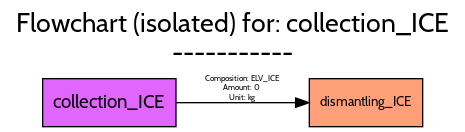
This is src/examples/ELV/figures/flowcharts/processes/png/collection_ICE.png from FutuRaM-Project/Recovery-Model, a Graphviz export, as it was before one commit. Its source is kept beside it as src/examples/ELV/figures/flowcharts/processes/dot/collection_ICE.dot.
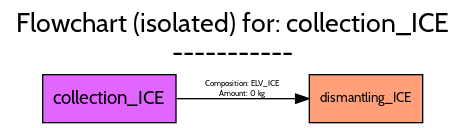
Above is the later version.

The edit, as a diff of the source:
```diff
@@ -1,5 +1,5 @@
 digraph {
-	graph [bb="0,0,341,91",
+	graph [bb="0,0,341,88",
 		font=Cabin,
 		fontname=Cabin,
 		fontsize=20,
@@ -8,7 +8,7 @@
 		labeljust=c,
 		labelloc=tc,
 		lheight=0.61,
-		lp="170.5,65",
+		lp="170.5,62",
 		lwidth=4.51,
 		nodesep=0.6,
 		rankdir=LR,
@@ -35,8 +35,7 @@
 		fontname=Cabin,
 		fontsize=6,
 		label="Composition: ELV_ICE
-Amount: 0
-Unit: kg",
-		lp="178,28.5",
+Amount: 0 kg",
+		lp="178,25",
 		pos="e,227.71,18 128.06,18 155.43,18 189.51,18 217.37,18"];
 }
```
